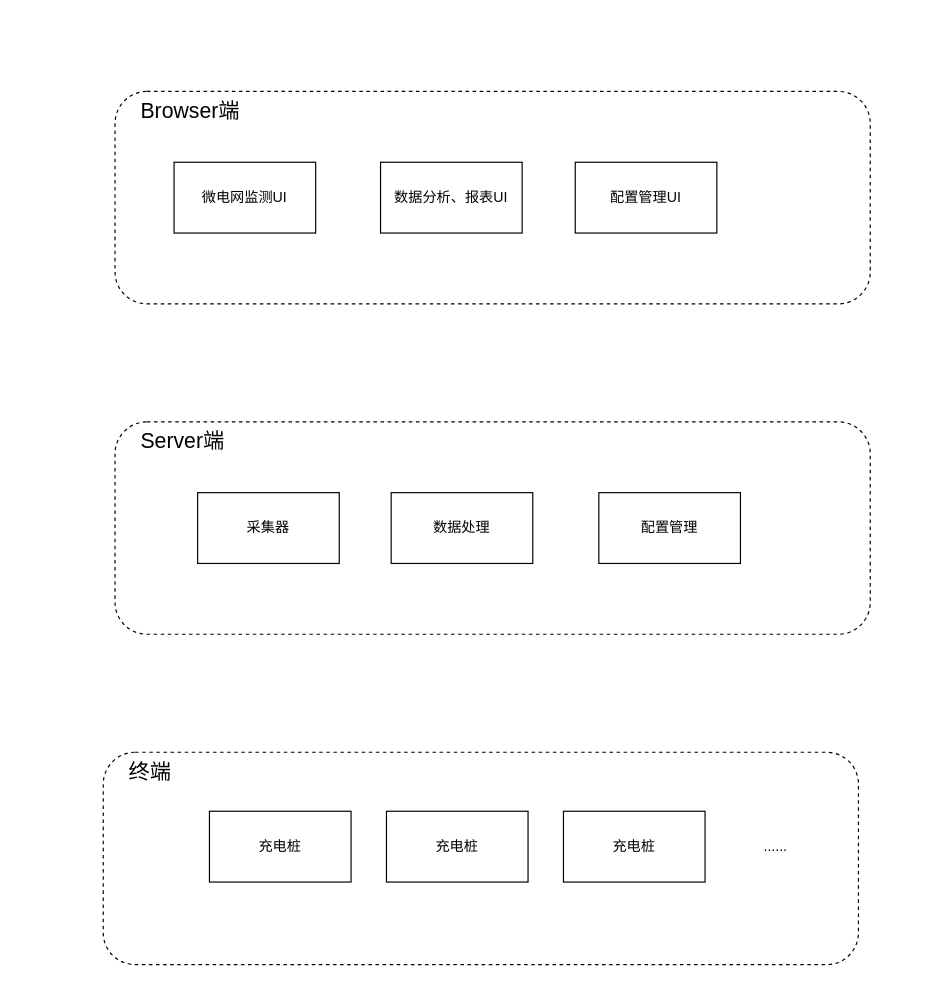
This is 微电网架构.drawio from foreverfirst/draw, a draw.io file, before an edit. Source tidied: cells renumbered, new cells numbered last; positions are measured from the earlier drawing's top-left corner, leaving out a move shared by most shapes. Both pictures are drawn from the tidied source at 118%, with x=0, y=0 at pixel (103, 91).
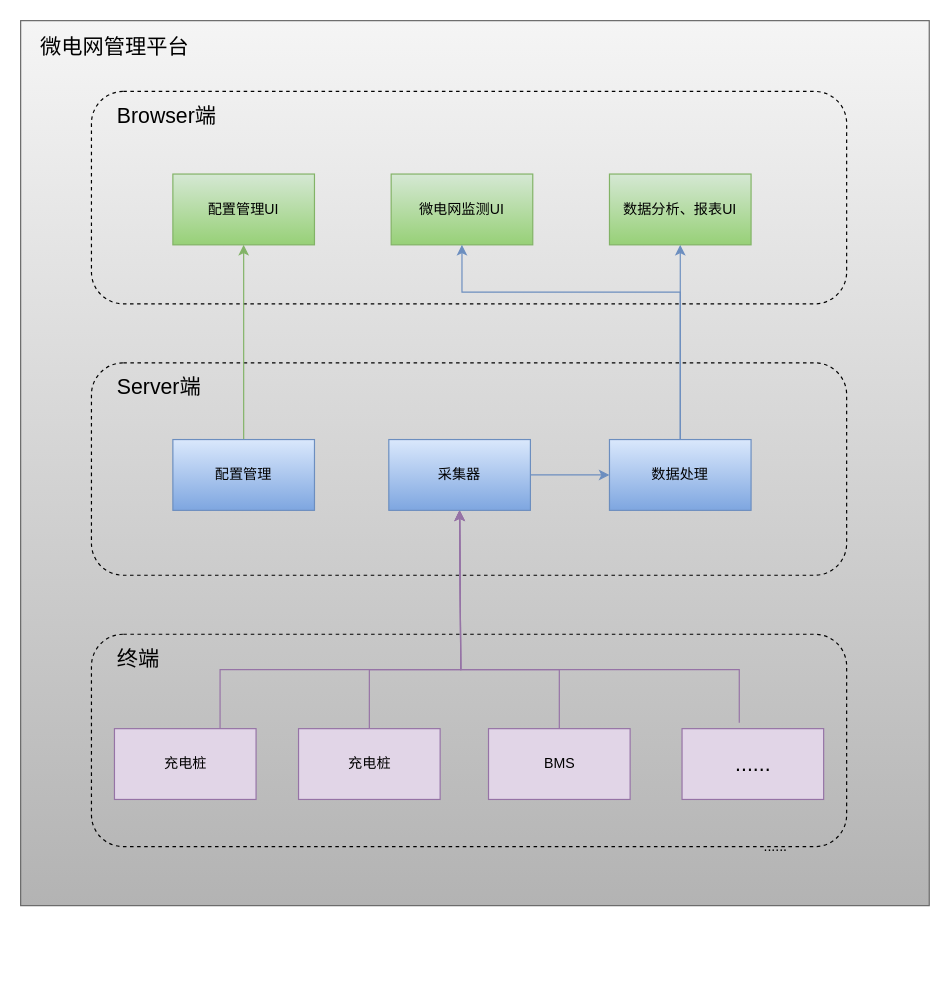
The same diagram, later.

Commit message:
更新微电网架构.drawio

Change to the diagram source:
```diff
@@
+    <mxCell id="15" value="&amp;nbsp; &amp;nbsp;微电网管理平台" style="rounded=0;whiteSpace=wrap;html=1;fillColor=#f5f5f5;strokeColor=#666666;gradientColor=#b3b3b3;align=left;verticalAlign=top;fontSize=18;spacingTop=6;" parent="1" vertex="1">
+      <mxGeometry x="-70" y="-60" width="770" height="750" as="geometry" />
+    </mxCell>
-    <mxCell id="2" value="&amp;nbsp; &amp;nbsp; Browser端" style="rounded=1;whiteSpace=wrap;html=1;dashed=1;fillColor=none;align=left;verticalAlign=top;fontSize=18;" parent="1" vertex="1">
-      <mxGeometry x="10" width="640" height="180" as="geometry" />
+    <mxCell id="2" value="&amp;nbsp; &amp;nbsp; Browser端" style="rounded=1;whiteSpace=wrap;html=1;dashed=1;fillColor=none;align=left;verticalAlign=top;fontSize=18;spacingTop=4;" parent="1" vertex="1">
+      <mxGeometry x="-10" width="640" height="180" as="geometry" />
     </mxCell>
-    <mxCell id="3" value="微电网监测UI" style="rounded=0;whiteSpace=wrap;html=1;" parent="1" vertex="1">
-      <mxGeometry x="60" y="60" width="120" height="60" as="geometry" />
+    <mxCell id="3" value="微电网监测UI" style="rounded=0;whiteSpace=wrap;html=1;fillColor=#d5e8d4;gradientColor=#97d077;strokeColor=#82b366;" parent="1" vertex="1">
+      <mxGeometry x="244" y="70" width="120" height="60" as="geometry" />
     </mxCell>
-    <mxCell id="4" value="配置管理UI" style="rounded=0;whiteSpace=wrap;html=1;" parent="1" vertex="1">
-      <mxGeometry x="400" y="60" width="120" height="60" as="geometry" />
+    <mxCell id="4" value="配置管理UI" style="rounded=0;whiteSpace=wrap;html=1;fillColor=#d5e8d4;gradientColor=#97d077;strokeColor=#82b366;" parent="1" vertex="1">
+      <mxGeometry x="59" y="70" width="120" height="60" as="geometry" />
     </mxCell>
-    <mxCell id="5" value="&amp;nbsp; &amp;nbsp; Server端" style="rounded=1;whiteSpace=wrap;html=1;dashed=1;fillColor=none;align=left;verticalAlign=top;fontSize=18;" parent="1" vertex="1">
-      <mxGeometry x="10" y="280" width="640" height="180" as="geometry" />
+    <mxCell id="5" value="&amp;nbsp; &amp;nbsp; Server端" style="rounded=1;whiteSpace=wrap;html=1;dashed=1;fillColor=none;align=left;verticalAlign=top;fontSize=18;spacingTop=4;" parent="1" vertex="1">
+      <mxGeometry x="-10" y="230" width="640" height="180" as="geometry" />
     </mxCell>
-    <mxCell id="6" value="&amp;nbsp; &amp;nbsp; 终端" style="rounded=1;whiteSpace=wrap;html=1;dashed=1;fillColor=none;align=left;verticalAlign=top;fontSize=18;" parent="1" vertex="1">
-      <mxGeometry y="560" width="640" height="180" as="geometry" />
+    <mxCell id="6" value="&amp;nbsp; &amp;nbsp; 终端" style="rounded=1;whiteSpace=wrap;html=1;dashed=1;fillColor=none;align=left;verticalAlign=top;fontSize=18;spacingTop=4;" parent="1" vertex="1">
+      <mxGeometry x="-10" y="460" width="640" height="180" as="geometry" />
     </mxCell>
+    <mxCell id="16" style="edgeStyle=orthogonalEdgeStyle;rounded=0;jettySize=auto;html=1;entryX=0.5;entryY=1;entryDx=0;entryDy=0;strokeColor=#9673A6;" parent="1" edge="1" source="7" target="11">
+      <mxGeometry relative="1" as="geometry">
+        <Array as="points">
+          <mxPoint x="99" y="490" />
+          <mxPoint x="303" y="490" />
+        </Array>
+      </mxGeometry>
+    </mxCell>
-    <mxCell id="7" value="充电桩" style="rounded=0;whiteSpace=wrap;html=1;" parent="1" vertex="1">
-      <mxGeometry x="90" y="610" width="120" height="60" as="geometry" />
+    <mxCell id="7" value="充电桩" style="rounded=0;whiteSpace=wrap;html=1;fillColor=#e1d5e7;strokeColor=#9673a6;" parent="1" vertex="1">
+      <mxGeometry x="9.5" y="540" width="120" height="60" as="geometry" />
     </mxCell>
+    <mxCell id="17" style="edgeStyle=orthogonalEdgeStyle;rounded=0;jettySize=auto;html=1;entryX=0.5;entryY=1;entryDx=0;entryDy=0;strokeColor=#9673A6;" parent="1" edge="1" source="8" target="11">
+      <mxGeometry relative="1" as="geometry">
+        <Array as="points">
+          <mxPoint x="226" y="490" />
+          <mxPoint x="303" y="490" />
+        </Array>
+      </mxGeometry>
+    </mxCell>
-    <mxCell id="8" value="充电桩" style="rounded=0;whiteSpace=wrap;html=1;" parent="1" vertex="1">
-      <mxGeometry x="240" y="610" width="120" height="60" as="geometry" />
+    <mxCell id="8" value="充电桩" style="rounded=0;whiteSpace=wrap;html=1;fillColor=#e1d5e7;strokeColor=#9673a6;" parent="1" vertex="1">
+      <mxGeometry x="165.5" y="540" width="120" height="60" as="geometry" />
     </mxCell>
+    <mxCell id="18" style="edgeStyle=orthogonalEdgeStyle;rounded=0;jettySize=auto;html=1;entryX=0.5;entryY=1;entryDx=0;entryDy=0;strokeColor=#9673A6;" parent="1" edge="1" source="9" target="11">
+      <mxGeometry relative="1" as="geometry">
+        <Array as="points">
+          <mxPoint x="387" y="490" />
+          <mxPoint x="303" y="490" />
+        </Array>
+      </mxGeometry>
+    </mxCell>
-    <mxCell id="9" value="充电桩" style="rounded=0;whiteSpace=wrap;html=1;" parent="1" vertex="1">
-      <mxGeometry x="390" y="610" width="120" height="60" as="geometry" />
+    <mxCell id="9" value="BMS" style="rounded=0;whiteSpace=wrap;html=1;fillColor=#e1d5e7;strokeColor=#9673a6;" parent="1" vertex="1">
+      <mxGeometry x="326.5" y="540" width="120" height="60" as="geometry" />
     </mxCell>
@@
+    <mxCell id="19" style="edgeStyle=orthogonalEdgeStyle;rounded=0;jettySize=auto;html=1;strokeColor=#6C8EBF;" parent="1" edge="1" source="11" target="12">
+      <mxGeometry relative="1" as="geometry" />
+    </mxCell>
-    <mxCell id="11" value="采集器" style="rounded=0;whiteSpace=wrap;html=1;" parent="1" vertex="1">
-      <mxGeometry x="80" y="340" width="120" height="60" as="geometry" />
+    <mxCell id="11" value="采集器" style="rounded=0;whiteSpace=wrap;html=1;fillColor=#dae8fc;gradientColor=#7ea6e0;strokeColor=#6c8ebf;" parent="1" vertex="1">
+      <mxGeometry x="242" y="295" width="120" height="60" as="geometry" />
     </mxCell>
+    <mxCell id="20" style="edgeStyle=orthogonalEdgeStyle;rounded=0;jettySize=auto;html=1;strokeColor=#6C8EBF;" parent="1" edge="1" source="12" target="14">
+      <mxGeometry relative="1" as="geometry" />
+    </mxCell>
+    <mxCell id="21" style="edgeStyle=orthogonalEdgeStyle;rounded=0;jettySize=auto;html=1;entryX=0.5;entryY=1;entryDx=0;entryDy=0;strokeColor=#6C8EBF;" parent="1" edge="1" source="12" target="3">
+      <mxGeometry relative="1" as="geometry">
+        <Array as="points">
+          <mxPoint x="489" y="170" />
+          <mxPoint x="304" y="170" />
+        </Array>
+      </mxGeometry>
+    </mxCell>
-    <mxCell id="12" value="数据处理" style="rounded=0;whiteSpace=wrap;html=1;" parent="1" vertex="1">
-      <mxGeometry x="244" y="340" width="120" height="60" as="geometry" />
+    <mxCell id="12" value="数据处理" style="rounded=0;whiteSpace=wrap;html=1;fillColor=#dae8fc;gradientColor=#7ea6e0;strokeColor=#6c8ebf;" parent="1" vertex="1">
+      <mxGeometry x="429" y="295" width="120" height="60" as="geometry" />
     </mxCell>
+    <mxCell id="22" style="edgeStyle=orthogonalEdgeStyle;rounded=0;jettySize=auto;html=1;entryX=0.5;entryY=1;entryDx=0;entryDy=0;strokeColor=#82B366;" parent="1" edge="1" source="13" target="4">
+      <mxGeometry relative="1" as="geometry" />
+    </mxCell>
-    <mxCell id="13" value="配置管理" style="rounded=0;whiteSpace=wrap;html=1;" parent="1" vertex="1">
-      <mxGeometry x="420" y="340" width="120" height="60" as="geometry" />
+    <mxCell id="13" value="配置管理" style="rounded=0;whiteSpace=wrap;html=1;fillColor=#dae8fc;gradientColor=#7ea6e0;strokeColor=#6c8ebf;" parent="1" vertex="1">
+      <mxGeometry x="59" y="295" width="120" height="60" as="geometry" />
     </mxCell>
-    <mxCell id="14" value="数据分析、报表UI" style="rounded=0;whiteSpace=wrap;html=1;" parent="1" vertex="1">
-      <mxGeometry x="235" y="60" width="120" height="60" as="geometry" />
+    <mxCell id="14" value="数据分析、报表UI" style="rounded=0;whiteSpace=wrap;html=1;fillColor=#d5e8d4;gradientColor=#97d077;strokeColor=#82b366;" parent="1" vertex="1">
+      <mxGeometry x="429" y="70" width="120" height="60" as="geometry" />
     </mxCell>
+    <mxCell id="23" style="edgeStyle=orthogonalEdgeStyle;rounded=0;jettySize=auto;html=1;entryX=0.5;entryY=1;entryDx=0;entryDy=0;strokeColor=#9673A6;" parent="1" edge="1" target="11">
+      <mxGeometry relative="1" as="geometry">
+        <mxPoint x="539" y="535" as="sourcePoint" />
+        <Array as="points">
+          <mxPoint x="539" y="490" />
+          <mxPoint x="303" y="490" />
+        </Array>
+      </mxGeometry>
+    </mxCell>
+    <mxCell id="24" value="......" style="rounded=0;whiteSpace=wrap;html=1;fillColor=#e1d5e7;strokeColor=#9673a6;fontSize=18;" parent="1" vertex="1">
+      <mxGeometry x="490.5" y="540" width="120" height="60" as="geometry" />
+    </mxCell>
```
